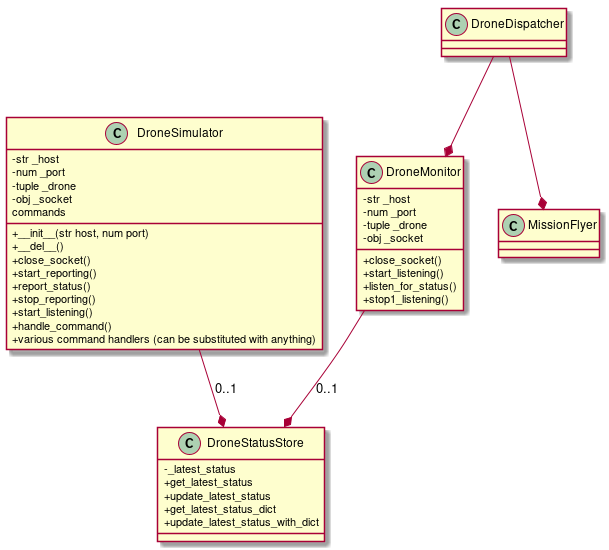
Before: diagrams/statusClassDiagram.png, a diagram exported from PlantUML (garryjable/TelloDroneMk2).
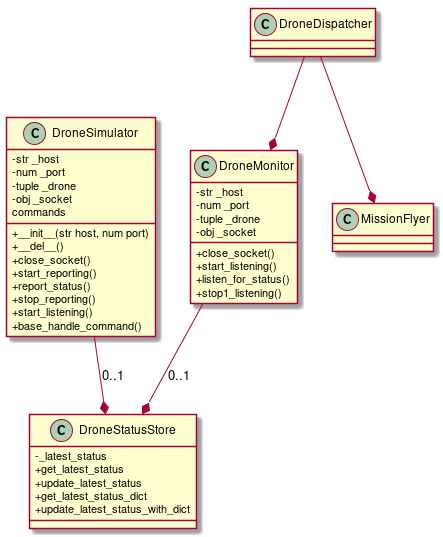
Above is the later version.

Commit message:
adjusting uml and renaming a functino

Change to the diagram source:
```diff
@@ -19,8 +19,7 @@
     +report_status()
     +stop_reporting()
     +start_listening()
-    +handle_command()
-    + various command handlers (can be substituted with anything)
+    +base_handle_command()
 
 }
 
@@ -43,5 +42,4 @@
     +update_latest_status_with_dict
 }
 
-
 @enduml
```
